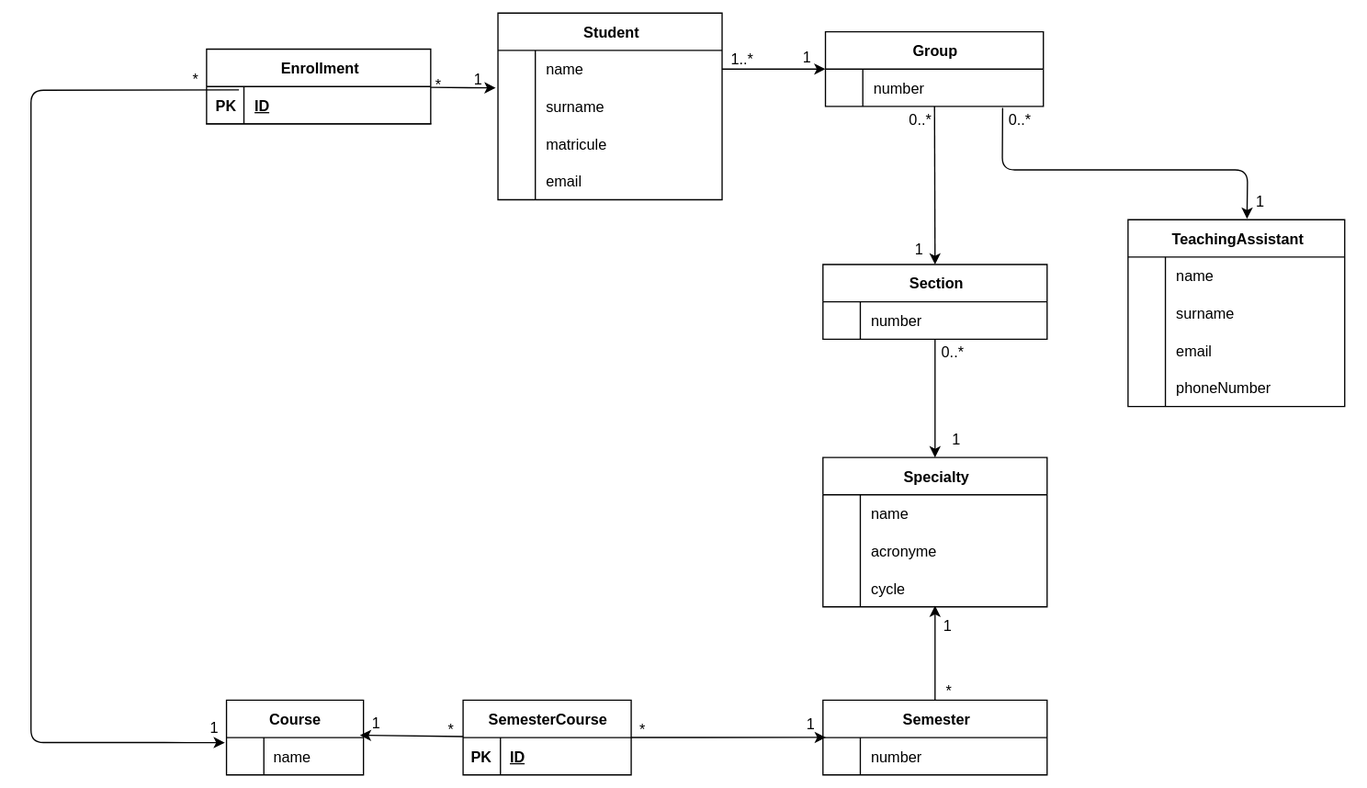
This is media/preliminary_modelization.svg from mannara-org/WhatAreTheyWorth, a draw.io export, as it was before one commit. Source tidied: cells renumbered, new cells last; positions are measured from the earlier drawing's top-left corner, leaving out a move shared by most shapes.
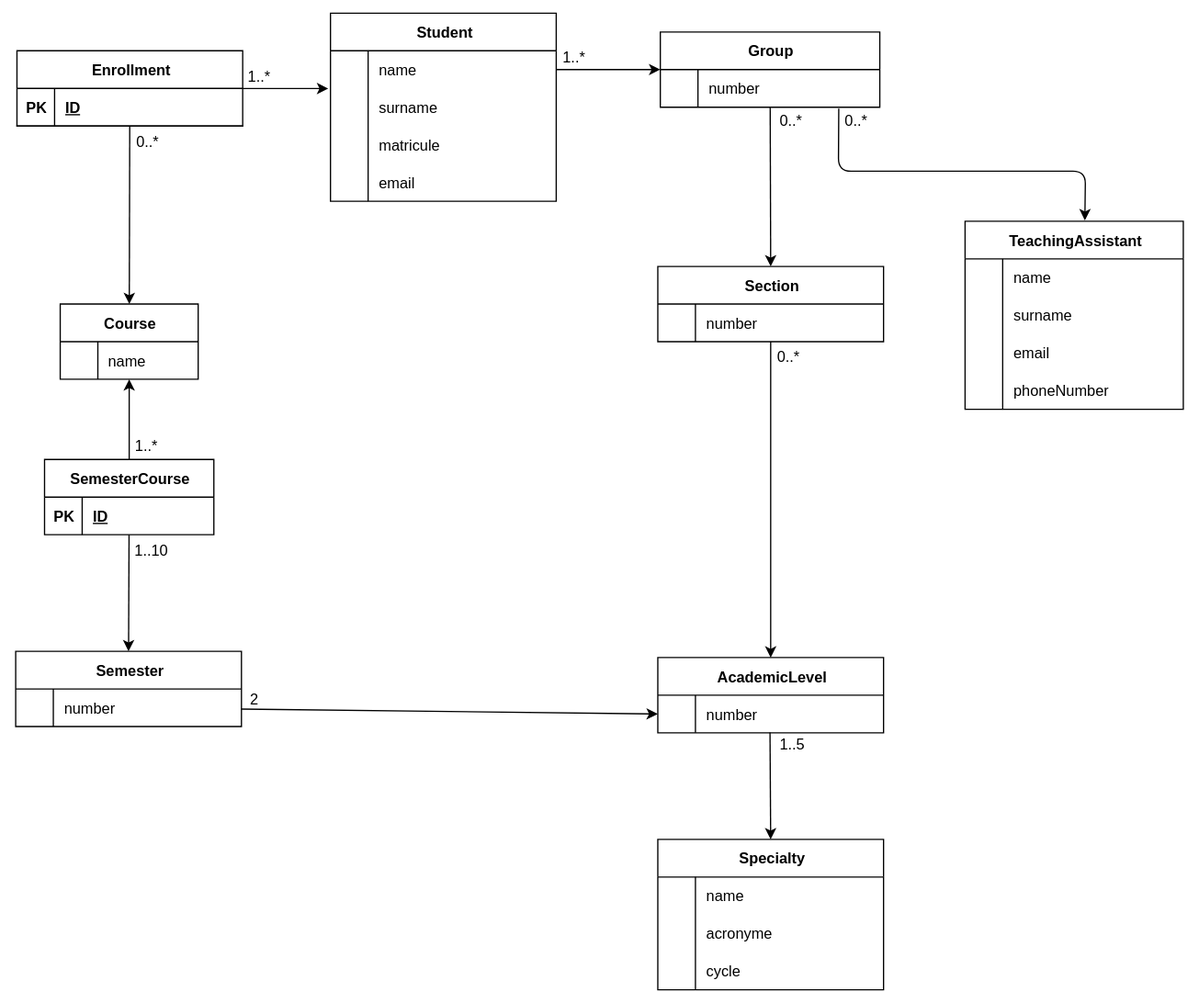
The same diagram one commit later.

What changed in the source:
```diff
@@ -68,13 +68,10 @@
       <mxGeometry relative="1" as="geometry" />
     </mxCell>
     <mxCell id="22" value="1..*" style="text;html=1;align=center;verticalAlign=middle;strokeColor=none;fillColor=none;" parent="1" vertex="1">
-      <mxGeometry x="550" y="22" width="40" height="30" as="geometry" />
+      <mxGeometry x="548" y="20" width="40" height="30" as="geometry" />
     </mxCell>
-    <mxCell id="23" value="1" style="text;html=1;align=center;verticalAlign=middle;strokeColor=none;fillColor=none;" parent="1" vertex="1">
-      <mxGeometry x="607" y="20" width="30" height="30" as="geometry" />
-    </mxCell>
     <mxCell id="24" value="Specialty" style="shape=table;startSize=30;rowLines=0;fontStyle=1;align=center;html=1;" parent="1" vertex="1">
-      <mxGeometry x="636" y="357" width="180" height="120" as="geometry" />
+      <mxGeometry x="636" y="659" width="180" height="120" as="geometry" />
     </mxCell>
     <mxCell id="25" style="shape=tableRow;horizontal=0;startSize=0;swimlaneHead=0;swimlaneBody=0;fillColor=none;top=0;left=0;right=0;bottom=0;" parent="24" vertex="1">
       <mxGeometry y="30" width="180" height="30" as="geometry" />
@@ -143,19 +140,13 @@
       <mxGeometry x="30" width="144" height="30" as="geometry" />
     </mxCell>
     <mxCell id="47" value="0..*" style="text;html=1;align=center;verticalAlign=middle;strokeColor=none;fillColor=none;" parent="1" vertex="1">
-      <mxGeometry x="693" y="70" width="40" height="30" as="geometry" />
+      <mxGeometry x="721" y="70" width="40" height="30" as="geometry" />
     </mxCell>
-    <mxCell id="48" value="1" style="text;html=1;align=center;verticalAlign=middle;strokeColor=none;fillColor=none;" parent="1" vertex="1">
-      <mxGeometry x="727" y="327" width="30" height="30" as="geometry" />
-    </mxCell>
-    <mxCell id="49" value="1" style="text;html=1;align=center;verticalAlign=middle;strokeColor=none;fillColor=none;" parent="1" vertex="1">
-      <mxGeometry x="971" y="136" width="30" height="30" as="geometry" />
-    </mxCell>
     <mxCell id="50" value="0..*" style="text;html=1;align=center;verticalAlign=middle;strokeColor=none;fillColor=none;" parent="1" vertex="1">
       <mxGeometry x="773" y="70" width="40" height="30" as="geometry" />
     </mxCell>
     <mxCell id="51" value="Course" style="shape=table;startSize=30;rowLines=0;fontStyle=1;align=center;html=1;" parent="1" vertex="1">
-      <mxGeometry x="157" y="552" width="110" height="60" as="geometry" />
+      <mxGeometry x="159.5" y="232" width="110" height="60" as="geometry" />
     </mxCell>
     <mxCell id="52" style="shape=tableRow;horizontal=0;startSize=0;swimlaneHead=0;swimlaneBody=0;fillColor=none;points=[[0,0.5],[1,0.5]];portConstraint=eastwest;top=0;left=0;right=0;bottom=0;" parent="51" vertex="1">
       <mxGeometry y="30" width="110" height="30" as="geometry" />
@@ -166,8 +157,11 @@
     <mxCell id="54" value="name" style="shape=partialRectangle;fillColor=none;top=0;left=0;bottom=0;right=0;align=left;spacingLeft=6;overflow=hidden;whiteSpace=wrap;html=1;" parent="52" vertex="1">
       <mxGeometry x="30" width="80" height="30" as="geometry" />
     </mxCell>
+    <mxCell id="89" style="edgeStyle=none;html=1;" parent="1" edge="1" source="55" target="51">
+      <mxGeometry relative="1" as="geometry" />
+    </mxCell>
     <mxCell id="55" value="Enrollment" style="shape=table;startSize=30;rowLines=0;fontStyle=1;align=center;html=1;" parent="1" vertex="1">
-      <mxGeometry x="141" y="29" width="180" height="60" as="geometry" />
+      <mxGeometry x="125" y="30" width="180" height="60" as="geometry" />
     </mxCell>
     <mxCell id="56" style="shape=tableRow;horizontal=0;startSize=0;swimlaneHead=0;swimlaneBody=0;fillColor=none;top=0;left=0;right=0;bottom=1;" parent="55" vertex="1">
       <mxGeometry y="30" width="180" height="30" as="geometry" />
@@ -178,30 +172,14 @@
     <mxCell id="58" value="ID" style="shape=partialRectangle;fillColor=none;top=0;left=0;bottom=0;right=0;align=left;spacingLeft=6;fontStyle=5;overflow=hidden;whiteSpace=wrap;html=1;" parent="56" vertex="1">
       <mxGeometry x="30" width="150" height="30" as="geometry" />
     </mxCell>
-    <mxCell id="59" style="edgeStyle=none;html=1;endArrow=classic;endFill=1;startArrow=none;startFill=0;entryX=-0.012;entryY=0.136;entryDx=0;entryDy=0;entryPerimeter=0;" parent="1" edge="1" target="52">
-      <mxGeometry relative="1" as="geometry">
-        <mxPoint x="167" y="61.7" as="sourcePoint" />
-        <Array as="points">
-          <mxPoint y="62" />
-          <mxPoint y="586" />
-          <mxPoint x="117" y="586" />
-        </Array>
-      </mxGeometry>
-    </mxCell>
     <mxCell id="60" style="edgeStyle=none;html=1;entryX=-0.01;entryY=0.004;entryDx=0;entryDy=0;entryPerimeter=0;endArrow=classic;endFill=1;" parent="1" edge="1" source="55" target="6">
       <mxGeometry relative="1" as="geometry" />
     </mxCell>
-    <mxCell id="61" value="1" style="text;html=1;align=center;verticalAlign=middle;strokeColor=none;fillColor=none;" parent="1" vertex="1">
-      <mxGeometry x="343" y="38" width="30" height="30" as="geometry" />
-    </mxCell>
-    <mxCell id="62" value="*" style="text;html=1;align=center;verticalAlign=middle;strokeColor=none;fillColor=none;" parent="1" vertex="1">
-      <mxGeometry x="116" y="38" width="30" height="30" as="geometry" />
-    </mxCell>
-    <mxCell id="63" value="*" style="text;html=1;align=center;verticalAlign=middle;strokeColor=none;fillColor=none;" parent="1" vertex="1">
-      <mxGeometry x="312" y="42" width="30" height="30" as="geometry" />
-    </mxCell>
+    <mxCell id="90" style="edgeStyle=none;html=1;entryX=0.5;entryY=0;entryDx=0;entryDy=0;" parent="1" edge="1" source="64" target="68">
+      <mxGeometry relative="1" as="geometry" />
+    </mxCell>
     <mxCell id="64" value="SemesterCourse" style="shape=table;startSize=30;rowLines=0;fontStyle=1;align=center;html=1;" parent="1" vertex="1">
-      <mxGeometry x="347" y="552" width="135" height="60" as="geometry" />
+      <mxGeometry x="147" y="356" width="135" height="60" as="geometry" />
     </mxCell>
     <mxCell id="65" style="shape=tableRow;horizontal=0;startSize=0;swimlaneHead=0;swimlaneBody=0;fillColor=none;top=0;left=0;right=0;bottom=0;" parent="64" vertex="1">
       <mxGeometry y="30" width="135" height="30" as="geometry" />
@@ -213,7 +191,7 @@
       <mxGeometry x="30" width="105" height="30" as="geometry" />
     </mxCell>
     <mxCell id="68" value="Semester" style="shape=table;startSize=30;rowLines=0;fontStyle=1;align=center;html=1;" parent="1" vertex="1">
-      <mxGeometry x="636" y="552" width="180" height="60" as="geometry" />
+      <mxGeometry x="124" y="509" width="180" height="60" as="geometry" />
     </mxCell>
     <mxCell id="69" style="shape=tableRow;horizontal=0;startSize=0;swimlaneHead=0;swimlaneBody=0;fillColor=none;points=[[0,0.5],[1,0.5]];portConstraint=eastwest;top=0;left=0;right=0;bottom=0;" parent="68" vertex="1">
       <mxGeometry y="30" width="180" height="30" as="geometry" />
@@ -224,27 +202,12 @@
     <mxCell id="71" value="number" style="shape=partialRectangle;fillColor=none;top=0;left=0;bottom=0;right=0;align=left;spacingLeft=6;overflow=hidden;whiteSpace=wrap;html=1;" parent="69" vertex="1">
       <mxGeometry x="30" width="150" height="30" as="geometry" />
     </mxCell>
-    <mxCell id="72" value="*" style="text;html=1;align=center;verticalAlign=middle;strokeColor=none;fillColor=none;" parent="1" vertex="1">
-      <mxGeometry x="475" y="560" width="30" height="30" as="geometry" />
-    </mxCell>
-    <mxCell id="73" style="edgeStyle=none;html=1;entryX=0.013;entryY=-0.005;entryDx=0;entryDy=0;entryPerimeter=0;" parent="1" edge="1" source="64" target="69">
-      <mxGeometry relative="1" as="geometry" />
-    </mxCell>
-    <mxCell id="74" value="1" style="text;html=1;align=center;verticalAlign=middle;strokeColor=none;fillColor=none;" parent="1" vertex="1">
-      <mxGeometry x="610" y="556" width="30" height="30" as="geometry" />
-    </mxCell>
-    <mxCell id="75" style="edgeStyle=none;html=1;entryX=0.974;entryY=-0.062;entryDx=0;entryDy=0;entryPerimeter=0;" parent="1" edge="1" source="64" target="52">
-      <mxGeometry relative="1" as="geometry" />
-    </mxCell>
-    <mxCell id="76" value="1" style="text;html=1;align=center;verticalAlign=middle;strokeColor=none;fillColor=none;" parent="1" vertex="1">
-      <mxGeometry x="261" y="555" width="30" height="30" as="geometry" />
-    </mxCell>
-    <mxCell id="77" value="*" style="text;html=1;align=center;verticalAlign=middle;strokeColor=none;fillColor=none;" parent="1" vertex="1">
-      <mxGeometry x="322" y="560" width="30" height="30" as="geometry" />
-    </mxCell>
-    <mxCell id="78" style="edgeStyle=none;html=1;entryX=0.5;entryY=0;entryDx=0;entryDy=0;" parent="1" edge="1" source="79" target="24">
+    <mxCell id="78" style="edgeStyle=none;html=1;entryX=0.5;entryY=0;entryDx=0;entryDy=0;exitX=0.497;exitY=0.993;exitDx=0;exitDy=0;exitPerimeter=0;" parent="1" edge="1" source="93" target="24">
       <mxGeometry relative="1" as="geometry" />
     </mxCell>
+    <mxCell id="91" style="edgeStyle=none;html=1;entryX=0.5;entryY=0;entryDx=0;entryDy=0;" parent="1" edge="1" source="79" target="92">
+      <mxGeometry relative="1" as="geometry" />
+    </mxCell>
     <mxCell id="79" value="Section" style="shape=table;startSize=30;rowLines=0;fontStyle=1;align=center;html=1;" parent="1" vertex="1">
       <mxGeometry x="636" y="202" width="180" height="60" as="geometry" />
     </mxCell>
@@ -257,23 +220,44 @@
     <mxCell id="82" value="number" style="shape=partialRectangle;fillColor=none;top=0;left=0;bottom=0;right=0;align=left;spacingLeft=6;overflow=hidden;whiteSpace=wrap;html=1;" parent="80" vertex="1">
       <mxGeometry x="30" width="150" height="30" as="geometry" />
     </mxCell>
-    <mxCell id="83" value="1" style="text;html=1;align=center;verticalAlign=middle;strokeColor=none;fillColor=none;" parent="1" vertex="1">
-      <mxGeometry x="697" y="174" width="30" height="30" as="geometry" />
-    </mxCell>
-    <mxCell id="84" value="0..*" style="text;html=1;align=center;verticalAlign=middle;strokeColor=none;fillColor=none;" parent="1" vertex="1">
-      <mxGeometry x="719" y="258" width="40" height="30" as="geometry" />
+    <mxCell id="84" value="1..5" style="text;html=1;align=center;verticalAlign=middle;strokeColor=none;fillColor=none;" parent="1" vertex="1">
+      <mxGeometry x="722" y="568" width="40" height="30" as="geometry" />
     </mxCell>
-    <mxCell id="85" style="edgeStyle=none;html=1;entryX=0.5;entryY=0.967;entryDx=0;entryDy=0;entryPerimeter=0;" parent="1" edge="1" source="68" target="31">
-      <mxGeometry relative="1" as="geometry" />
-    </mxCell>
-    <mxCell id="86" value="1" style="text;html=1;align=center;verticalAlign=middle;strokeColor=none;fillColor=none;" parent="1" vertex="1">
-      <mxGeometry x="720" y="477" width="30" height="30" as="geometry" />
-    </mxCell>
-    <mxCell id="87" value="*" style="text;html=1;align=center;verticalAlign=middle;strokeColor=none;fillColor=none;" parent="1" vertex="1">
-      <mxGeometry x="721" y="529" width="30" height="30" as="geometry" />
-    </mxCell>
-    <mxCell id="88" value="1" style="text;html=1;align=center;verticalAlign=middle;strokeColor=none;fillColor=none;" parent="1" vertex="1">
-      <mxGeometry x="132" y="559" width="30" height="30" as="geometry" />
-    </mxCell>
+    <mxCell id="92" value="AcademicLevel" style="shape=table;startSize=30;rowLines=0;fontStyle=1;align=center;html=1;" parent="1" vertex="1">
+      <mxGeometry x="636" y="514" width="180" height="60" as="geometry" />
+    </mxCell>
+    <mxCell id="93" style="shape=tableRow;horizontal=0;startSize=0;swimlaneHead=0;swimlaneBody=0;fillColor=none;points=[[0,0.5],[1,0.5]];portConstraint=eastwest;top=0;left=0;right=0;bottom=0;" parent="92" vertex="1">
+      <mxGeometry y="30" width="180" height="30" as="geometry" />
+    </mxCell>
+    <mxCell id="94" style="shape=partialRectangle;fillColor=none;top=0;left=0;bottom=0;right=0;overflow=hidden;whiteSpace=wrap;html=1;" parent="93" vertex="1">
+      <mxGeometry width="30" height="30" as="geometry" />
+    </mxCell>
+    <mxCell id="95" value="number" style="shape=partialRectangle;fillColor=none;top=0;left=0;bottom=0;right=0;align=left;spacingLeft=6;overflow=hidden;whiteSpace=wrap;html=1;" parent="93" vertex="1">
+      <mxGeometry x="30" width="150" height="30" as="geometry" />
+    </mxCell>
+    <mxCell id="96" value="0..*" style="text;html=1;align=center;verticalAlign=middle;strokeColor=none;fillColor=none;" parent="1" vertex="1">
+      <mxGeometry x="719" y="259" width="40" height="30" as="geometry" />
+    </mxCell>
+    <mxCell id="97" value="2" style="text;html=1;align=center;verticalAlign=middle;strokeColor=none;fillColor=none;" parent="1" vertex="1">
+      <mxGeometry x="298" y="532" width="30" height="30" as="geometry" />
+    </mxCell>
+    <mxCell id="75" style="edgeStyle=none;html=1;" parent="1" edge="1" source="64" target="52">
+      <mxGeometry relative="1" as="geometry" />
+    </mxCell>
+    <mxCell id="98" value="1..10" style="text;html=1;align=center;verticalAlign=middle;strokeColor=none;fillColor=none;" parent="1" vertex="1">
+      <mxGeometry x="206" y="413" width="50" height="30" as="geometry" />
+    </mxCell>
+    <mxCell id="99" value="1..*" style="text;html=1;align=center;verticalAlign=middle;strokeColor=none;fillColor=none;" parent="1" vertex="1">
+      <mxGeometry x="207" y="330" width="40" height="30" as="geometry" />
+    </mxCell>
+    <mxCell id="100" value="0..*" style="text;html=1;align=center;verticalAlign=middle;strokeColor=none;fillColor=none;" parent="1" vertex="1">
+      <mxGeometry x="208" y="87" width="40" height="30" as="geometry" />
+    </mxCell>
+    <mxCell id="101" value="1..*" style="text;html=1;align=center;verticalAlign=middle;strokeColor=none;fillColor=none;" parent="1" vertex="1">
+      <mxGeometry x="297" y="35" width="40" height="30" as="geometry" />
+    </mxCell>
+    <mxCell id="102" style="edgeStyle=none;html=1;entryX=0;entryY=0.5;entryDx=0;entryDy=0;" parent="1" edge="1" source="69" target="93">
+      <mxGeometry relative="1" as="geometry" />
+    </mxCell>
   </root>
 </mxGraphModel>
```
